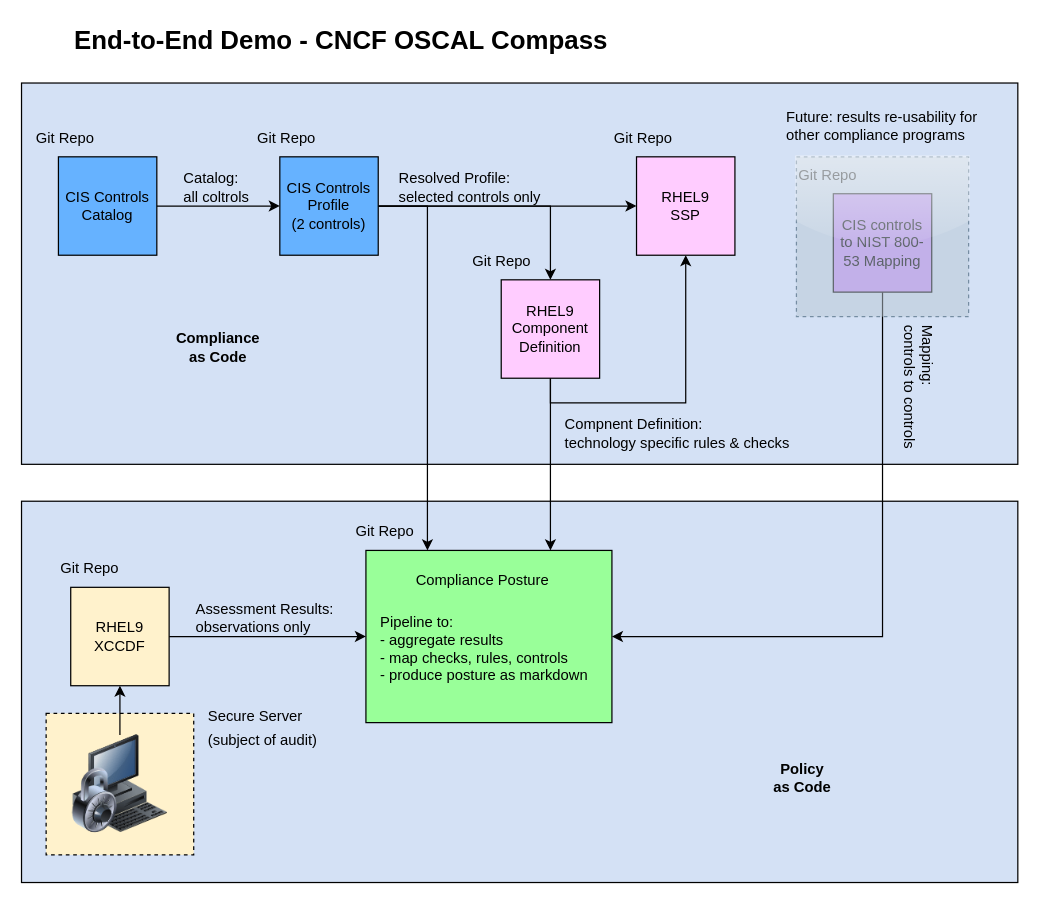
Earlier version of the draw.io diagram images/e2e-demo.drawio (oscal-compass/e2e-demo). Source tidied: cells renumbered, new cells numbered last; positions are measured from the earlier drawing's top-left corner, leaving out a move shared by most shapes. Both pictures are drawn from the tidied source at 123%, with x=0, y=0 at pixel (21, 21).
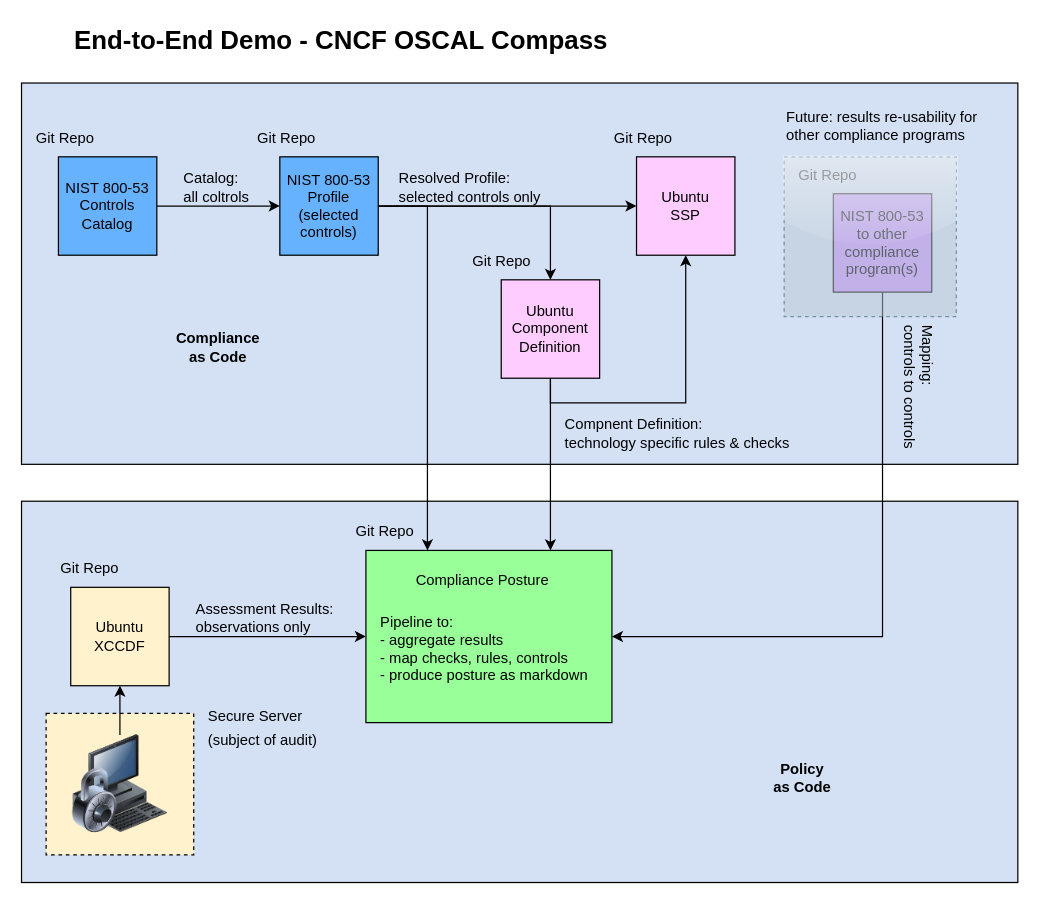
After the change.

Diff of the diagram source:
```diff
@@
-    <mxCell id="7" value="CIS Controls&lt;div&gt;Catalog&lt;/div&gt;" style="whiteSpace=wrap;html=1;fillColor=light-dark(#66B2FF,var(--ge-dark-color, #121212));" parent="1" vertex="1">
+    <mxCell id="7" value="NIST 800-53&lt;div&gt;Controls&lt;/div&gt;&lt;div&gt;Catalog&lt;/div&gt;" style="whiteSpace=wrap;html=1;fillColor=light-dark(#66B2FF,var(--ge-dark-color, #121212));" parent="1" vertex="1">
       <mxGeometry x="30" y="110" width="80" height="80" as="geometry" />
     </mxCell>
@@
-    <mxCell id="11" value="CIS Controls&lt;div&gt;Profile&lt;/div&gt;&lt;div&gt;(2 controls)&lt;/div&gt;" style="whiteSpace=wrap;html=1;fillColor=light-dark(#66B2FF,var(--ge-dark-color, #121212));" parent="1" vertex="1">
+    <mxCell id="11" value="NIST 800-53&lt;div&gt;Profile&lt;/div&gt;&lt;div&gt;(selected controls)&lt;/div&gt;" style="whiteSpace=wrap;html=1;fillColor=light-dark(#66B2FF,var(--ge-dark-color, #121212));" parent="1" vertex="1">
       <mxGeometry x="210" y="110" width="80" height="80" as="geometry" />
     </mxCell>
@@
-    <mxCell id="16" value="RHEL9&lt;div&gt;Component Definition&lt;/div&gt;" style="whiteSpace=wrap;html=1;fillColor=light-dark(#FFCCFF,var(--ge-dark-color, #121212));" parent="1" vertex="1">
+    <mxCell id="16" value="Ubuntu&lt;div&gt;Component Definition&lt;/div&gt;" style="whiteSpace=wrap;html=1;fillColor=light-dark(#FFCCFF,var(--ge-dark-color, #121212));" parent="1" vertex="1">
       <mxGeometry x="390" y="210" width="80" height="80" as="geometry" />
     </mxCell>
@@
-    <mxCell id="18" value="RHEL9&lt;div&gt;SSP&lt;/div&gt;" style="whiteSpace=wrap;html=1;fillColor=light-dark(#FFCCFF,var(--ge-dark-color, #121212));" parent="1" vertex="1">
+    <mxCell id="18" value="Ubuntu&lt;div&gt;SSP&lt;/div&gt;" style="whiteSpace=wrap;html=1;fillColor=light-dark(#FFCCFF,var(--ge-dark-color, #121212));" parent="1" vertex="1">
       <mxGeometry x="500" y="110" width="80" height="80" as="geometry" />
     </mxCell>
@@
-    <mxCell id="21" value="RHEL9&lt;div&gt;XCCDF&lt;/div&gt;" style="whiteSpace=wrap;html=1;fillColor=light-dark(#FFF2CC,var(--ge-dark-color, #121212));" parent="1" vertex="1">
+    <mxCell id="21" value="Ubuntu&lt;div&gt;XCCDF&lt;/div&gt;" style="whiteSpace=wrap;html=1;fillColor=light-dark(#FFF2CC,var(--ge-dark-color, #121212));" parent="1" vertex="1">
       <mxGeometry x="40" y="460" width="80" height="80" as="geometry" />
     </mxCell>
@@
-    <mxCell id="35" value="CIS controls to NIST 800-53 Mapping" style="whiteSpace=wrap;html=1;fillColor=light-dark(#CC99FF,var(--ge-dark-color, #121212));" parent="1" vertex="1">
+    <mxCell id="35" value="NIST 800-53 to other compliance program(s)" style="whiteSpace=wrap;html=1;fillColor=light-dark(#CC99FF,var(--ge-dark-color, #121212));" parent="1" vertex="1">
       <mxGeometry x="660" y="140" width="80" height="80" as="geometry" />
     </mxCell>
@@
     <mxCell id="41" style="whiteSpace=wrap;html=1;dashed=1;fillColor=#bac8d3;glass=1;opacity=50;strokeColor=#23445d;" parent="1" vertex="1">
-      <mxGeometry x="630" y="110" width="140" height="130" as="geometry" />
+      <mxGeometry x="620" y="110" width="140" height="130" as="geometry" />
     </mxCell>
```
